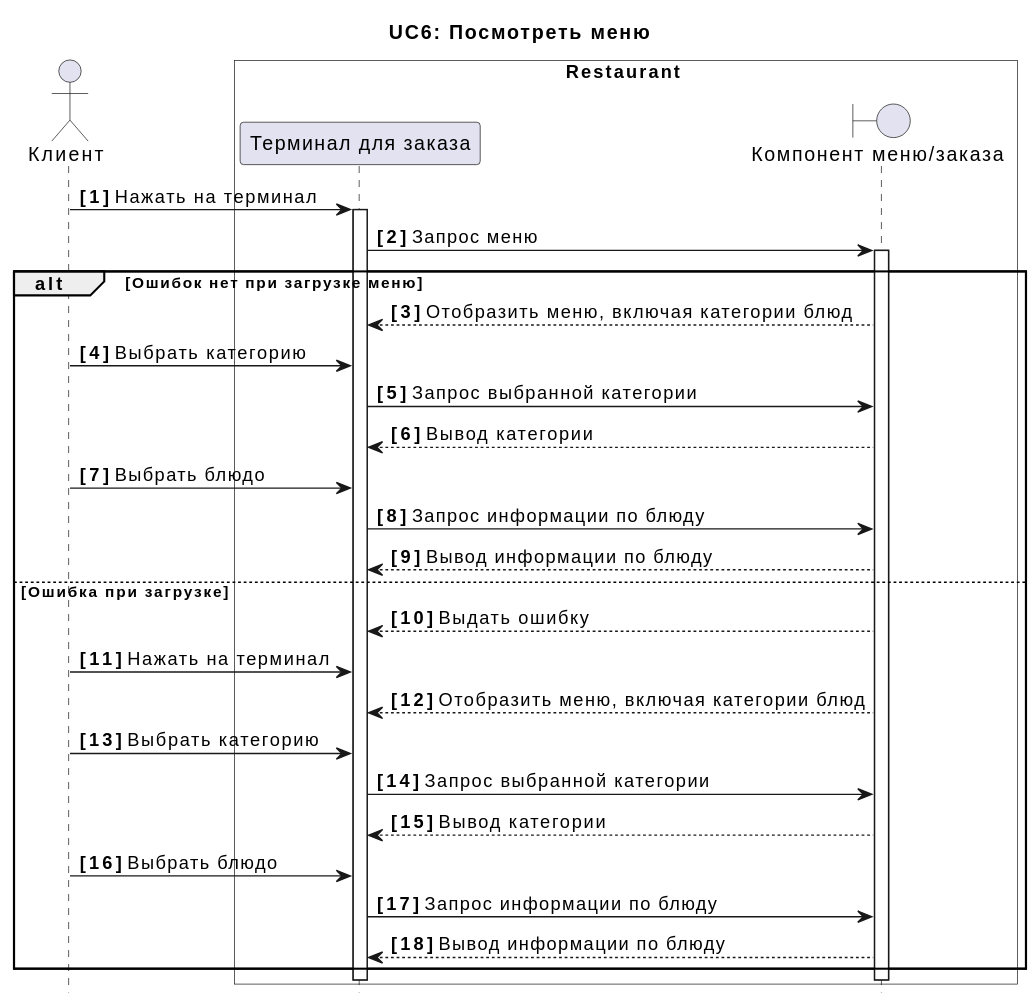
xxx996/OTUS_Restaraunt keeps this PlantUML diagram as docs/diagrams/include/UC6.svg. Above is the earlier version. Source of this version:
```plantuml
@startuml
actor "Клиент" as C

title UC6: Посмотреть меню
box Restaurant #Transparent
participant  "Терминал для заказа" as A
boundary "Компонент меню/заказа" as F
end box
hide footbox
autonumber "<b>[0]"
C -> A++:  Нажать на терминал

A -> F++:  Запрос меню


alt Ошибок нет при загрузке меню

F --> A:  Отобразить меню, включая категории блюд
C -> A:  Выбрать категорию
A -> F:  Запрос выбранной категории
F --> A:  Вывод категории
C -> A:  Выбрать блюдо
A -> F:  Запрос информации по блюду
F --> A:  Вывод информации по блюду

else Ошибка при загрузке

F --> A:  Выдать ошибку
C -> A:  Нажать на терминал
F --> A:  Отобразить меню, включая категории блюд
C -> A:  Выбрать категорию
A -> F:  Запрос выбранной категории
F --> A:  Вывод категории
C -> A:  Выбрать блюдо
A -> F:  Запрос информации по блюду
F --> A:  Вывод информации по блюду

end
@enduml
```
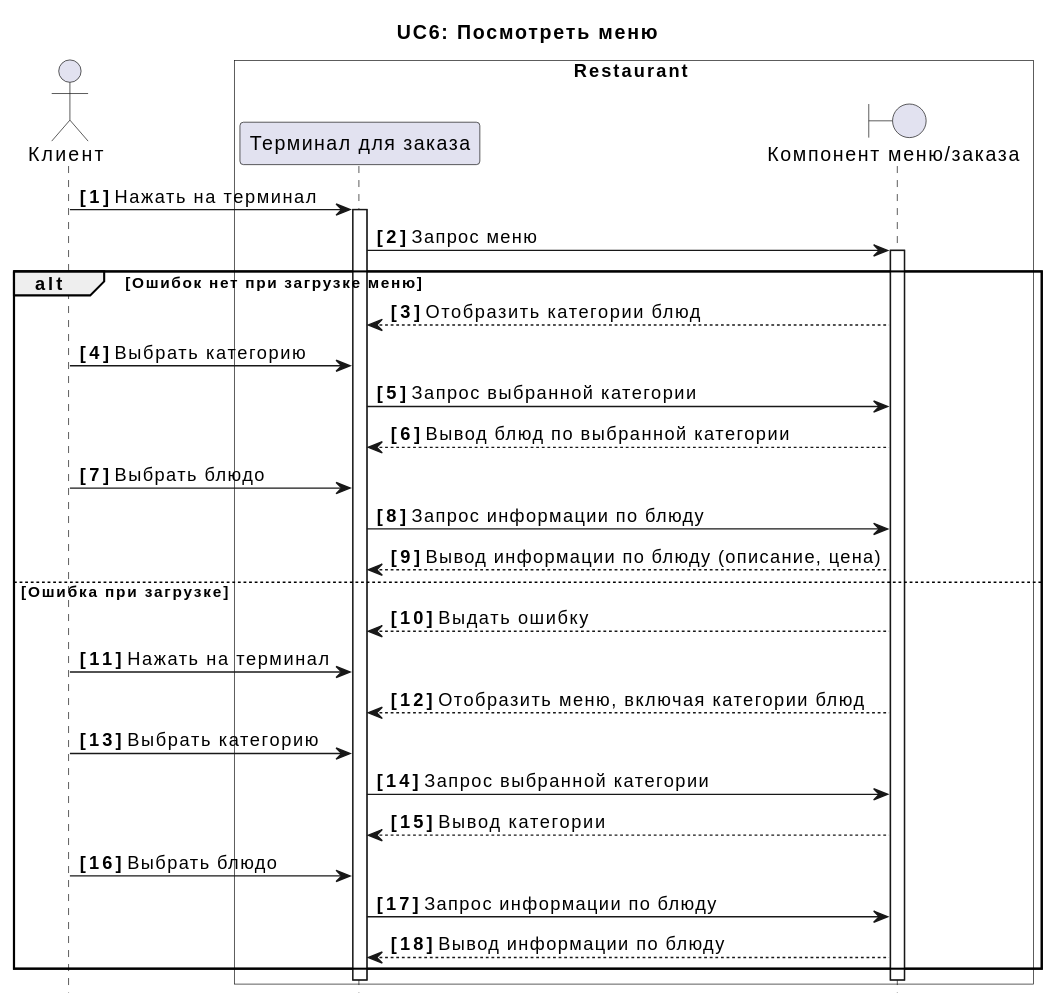
The same diagram one commit later.

Change to the diagram source:
```diff
@@ -15,13 +15,13 @@
 
 alt Ошибок нет при загрузке меню
 
-F --> A:  Отобразить меню, включая категории блюд
+F --> A:  Отобразить категории блюд
 C -> A:  Выбрать категорию
 A -> F:  Запрос выбранной категории
-F --> A:  Вывод категории
+F --> A:  Вывод блюд по выбранной категории
 C -> A:  Выбрать блюдо
 A -> F:  Запрос информации по блюду
-F --> A:  Вывод информации по блюду
+F --> A:  Вывод информации по блюду (описание, цена)
 
 else Ошибка при загрузке
 
```
